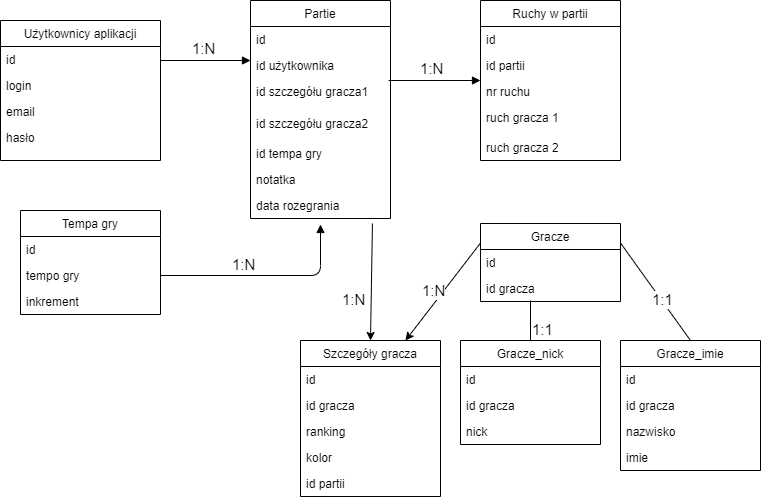
Earlier version of the draw.io export schematBazy.png (Kamil153/chessarchive). Source tidied: cells renumbered, new cells last; positions are measured from the earlier drawing's top-left corner, leaving out a move shared by most shapes.
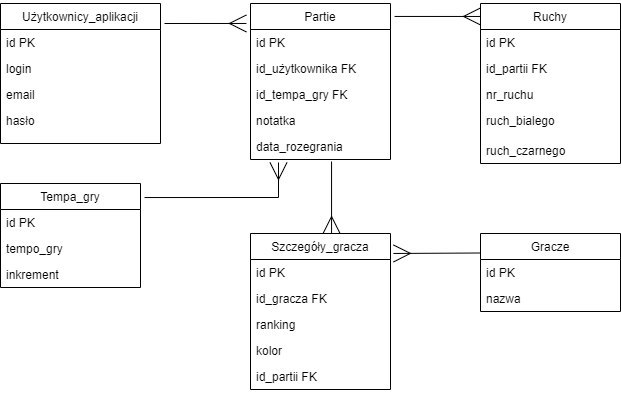
The same diagram one commit later.

Commit message:
new database schema

Diff of the diagram source:
```diff
@@ -2,10 +2,10 @@
   <root>
     <mxCell id="0" />
     <mxCell id="1" parent="0" />
-    <mxCell id="2" value="Użytkownicy aplikacji" style="swimlane;fontStyle=0;horizontal=1;startSize=26;fillColor=none;" parent="1" vertex="1">
-      <mxGeometry y="20" width="160" height="140" as="geometry" />
+    <mxCell id="2" value="Użytkownicy_aplikacji" style="swimlane;fontStyle=0;horizontal=1;startSize=26;fillColor=none;" parent="1" vertex="1">
+      <mxGeometry width="160" height="140" as="geometry" />
     </mxCell>
-    <mxCell id="3" value="id" style="text;strokeColor=none;fillColor=none;align=left;verticalAlign=top;spacingLeft=4;spacingRight=4;overflow=hidden;" parent="2" vertex="1">
+    <mxCell id="3" value="id PK" style="text;strokeColor=none;fillColor=none;align=left;verticalAlign=top;spacingLeft=4;spacingRight=4;overflow=hidden;" parent="2" vertex="1">
       <mxGeometry y="26" width="160" height="26" as="geometry" />
     </mxCell>
     <mxCell id="4" value="login" style="text;strokeColor=none;fillColor=none;align=left;verticalAlign=top;spacingLeft=4;spacingRight=4;overflow=hidden;" parent="2" vertex="1">
@@ -17,91 +17,58 @@
     <mxCell id="6" value="hasło" style="text;strokeColor=none;fillColor=none;align=left;verticalAlign=top;spacingLeft=4;spacingRight=4;overflow=hidden;" parent="2" vertex="1">
       <mxGeometry y="104" width="160" height="36" as="geometry" />
     </mxCell>
-    <mxCell id="7" value="Gracze_imie" style="swimlane;fontStyle=0;horizontal=1;startSize=26;fillColor=none;" parent="1" vertex="1">
-      <mxGeometry x="620" y="340" width="140" height="130" as="geometry" />
-    </mxCell>
-    <mxCell id="8" value="id" style="text;strokeColor=none;fillColor=none;align=left;verticalAlign=top;spacingLeft=4;spacingRight=4;overflow=hidden;" parent="7" vertex="1">
-      <mxGeometry y="26" width="140" height="26" as="geometry" />
-    </mxCell>
-    <mxCell id="9" value="id gracza" style="text;strokeColor=none;fillColor=none;align=left;verticalAlign=top;spacingLeft=4;spacingRight=4;overflow=hidden;fontSize=12;" parent="7" vertex="1">
-      <mxGeometry y="52" width="140" height="26" as="geometry" />
-    </mxCell>
-    <mxCell id="10" value="nazwisko" style="text;strokeColor=none;fillColor=none;align=left;verticalAlign=top;spacingLeft=4;spacingRight=4;overflow=hidden;" parent="7" vertex="1">
-      <mxGeometry y="78" width="140" height="26" as="geometry" />
-    </mxCell>
-    <mxCell id="11" value="imie" style="text;strokeColor=none;fillColor=none;align=left;verticalAlign=top;spacingLeft=4;spacingRight=4;overflow=hidden;" parent="7" vertex="1">
-      <mxGeometry y="104" width="140" height="26" as="geometry" />
-    </mxCell>
     <mxCell id="12" value="Partie" style="swimlane;fontStyle=0;horizontal=1;startSize=26;fillColor=none;" parent="1" vertex="1">
-      <mxGeometry x="250" width="140" height="218" as="geometry" />
+      <mxGeometry x="250" width="140" height="156" as="geometry" />
     </mxCell>
-    <mxCell id="13" value="id" style="text;strokeColor=none;fillColor=none;align=left;verticalAlign=top;spacingLeft=4;spacingRight=4;overflow=hidden;" parent="12" vertex="1">
+    <mxCell id="13" value="id PK" style="text;strokeColor=none;fillColor=none;align=left;verticalAlign=top;spacingLeft=4;spacingRight=4;overflow=hidden;" parent="12" vertex="1">
       <mxGeometry y="26" width="140" height="26" as="geometry" />
     </mxCell>
-    <mxCell id="14" value="id użytkownika" style="text;strokeColor=none;fillColor=none;align=left;verticalAlign=top;spacingLeft=4;spacingRight=4;overflow=hidden;" parent="12" vertex="1">
+    <mxCell id="14" value="id_użytkownika FK" style="text;strokeColor=none;fillColor=none;align=left;verticalAlign=top;spacingLeft=4;spacingRight=4;overflow=hidden;" parent="12" vertex="1">
       <mxGeometry y="52" width="140" height="26" as="geometry" />
     </mxCell>
-    <mxCell id="15" value="id szczegółu gracza1" style="text;strokeColor=none;fillColor=none;align=left;verticalAlign=top;spacingLeft=4;spacingRight=4;overflow=hidden;points=[[0,0.5],[1,0.5]];portConstraint=eastwest;" parent="12" vertex="1">
-      <mxGeometry y="78" width="140" height="32" as="geometry" />
-    </mxCell>
-    <mxCell id="16" value="id szczegółu gracza2" style="text;strokeColor=none;fillColor=none;align=left;verticalAlign=top;spacingLeft=4;spacingRight=4;overflow=hidden;" parent="12" vertex="1">
-      <mxGeometry y="110" width="140" height="30" as="geometry" />
-    </mxCell>
-    <mxCell id="17" value="id tempa gry" style="text;strokeColor=none;fillColor=none;align=left;verticalAlign=top;spacingLeft=4;spacingRight=4;overflow=hidden;" parent="12" vertex="1">
-      <mxGeometry y="140" width="140" height="26" as="geometry" />
+    <mxCell id="17" value="id_tempa_gry FK" style="text;strokeColor=none;fillColor=none;align=left;verticalAlign=top;spacingLeft=4;spacingRight=4;overflow=hidden;" parent="12" vertex="1">
+      <mxGeometry y="78" width="140" height="26" as="geometry" />
     </mxCell>
     <mxCell id="18" value="notatka" style="text;strokeColor=none;fillColor=none;align=left;verticalAlign=top;spacingLeft=4;spacingRight=4;overflow=hidden;" parent="12" vertex="1">
-      <mxGeometry y="166" width="140" height="26" as="geometry" />
+      <mxGeometry y="104" width="140" height="26" as="geometry" />
     </mxCell>
-    <mxCell id="19" value="data rozegrania" style="text;strokeColor=none;fillColor=none;align=left;verticalAlign=top;spacingLeft=4;spacingRight=4;overflow=hidden;points=[[0,0.5],[1,0.5]];portConstraint=eastwest;" parent="12" vertex="1">
-      <mxGeometry y="192" width="140" height="26" as="geometry" />
+    <mxCell id="19" value="data_rozegrania" style="text;strokeColor=none;fillColor=none;align=left;verticalAlign=top;spacingLeft=4;spacingRight=4;overflow=hidden;points=[[0,0.5],[1,0.5]];portConstraint=eastwest;" parent="12" vertex="1">
+      <mxGeometry y="130" width="140" height="26" as="geometry" />
     </mxCell>
     <mxCell id="20" value="Gracze" style="swimlane;fontStyle=0;horizontal=1;startSize=26;fillColor=none;" parent="1" vertex="1">
-      <mxGeometry x="480" y="223" width="140" height="78" as="geometry" />
+      <mxGeometry x="480" y="230" width="140" height="78" as="geometry" />
     </mxCell>
-    <mxCell id="21" value="id" style="text;strokeColor=none;fillColor=none;align=left;verticalAlign=top;spacingLeft=4;spacingRight=4;overflow=hidden;" parent="20" vertex="1">
+    <mxCell id="21" value="id PK" style="text;strokeColor=none;fillColor=none;align=left;verticalAlign=top;spacingLeft=4;spacingRight=4;overflow=hidden;" parent="20" vertex="1">
       <mxGeometry y="26" width="140" height="26" as="geometry" />
     </mxCell>
-    <mxCell id="22" value="id gracza" style="text;strokeColor=none;fillColor=none;align=left;verticalAlign=top;spacingLeft=4;spacingRight=4;overflow=hidden;fontSize=12;" parent="20" vertex="1">
+    <mxCell id="22" value="nazwa" style="text;strokeColor=none;fillColor=none;align=left;verticalAlign=top;spacingLeft=4;spacingRight=4;overflow=hidden;fontSize=12;" parent="20" vertex="1">
       <mxGeometry y="52" width="140" height="26" as="geometry" />
     </mxCell>
-    <mxCell id="23" value="Ruchy w partii" style="swimlane;fontStyle=0;horizontal=1;startSize=26;fillColor=none;" parent="1" vertex="1">
+    <mxCell id="23" value="Ruchy" style="swimlane;fontStyle=0;horizontal=1;startSize=26;fillColor=none;" parent="1" vertex="1">
       <mxGeometry x="480" width="140" height="160" as="geometry" />
     </mxCell>
-    <mxCell id="24" value="id" style="text;strokeColor=none;fillColor=none;align=left;verticalAlign=top;spacingLeft=4;spacingRight=4;overflow=hidden;" parent="23" vertex="1">
+    <mxCell id="24" value="id PK" style="text;strokeColor=none;fillColor=none;align=left;verticalAlign=top;spacingLeft=4;spacingRight=4;overflow=hidden;" parent="23" vertex="1">
       <mxGeometry y="26" width="140" height="26" as="geometry" />
     </mxCell>
-    <mxCell id="25" value="id partii" style="text;strokeColor=none;fillColor=none;align=left;verticalAlign=top;spacingLeft=4;spacingRight=4;overflow=hidden;" parent="23" vertex="1">
+    <mxCell id="25" value="id_partii FK" style="text;strokeColor=none;fillColor=none;align=left;verticalAlign=top;spacingLeft=4;spacingRight=4;overflow=hidden;" parent="23" vertex="1">
       <mxGeometry y="52" width="140" height="26" as="geometry" />
     </mxCell>
-    <mxCell id="26" value="nr ruchu" style="text;strokeColor=none;fillColor=none;align=left;verticalAlign=top;spacingLeft=4;spacingRight=4;overflow=hidden;" parent="23" vertex="1">
+    <mxCell id="26" value="nr_ruchu" style="text;strokeColor=none;fillColor=none;align=left;verticalAlign=top;spacingLeft=4;spacingRight=4;overflow=hidden;" parent="23" vertex="1">
       <mxGeometry y="78" width="140" height="26" as="geometry" />
     </mxCell>
-    <mxCell id="27" value="ruch gracza 1" style="text;strokeColor=none;fillColor=none;align=left;verticalAlign=top;spacingLeft=4;spacingRight=4;overflow=hidden;" parent="23" vertex="1">
+    <mxCell id="27" value="ruch_bialego" style="text;strokeColor=none;fillColor=none;align=left;verticalAlign=top;spacingLeft=4;spacingRight=4;overflow=hidden;" parent="23" vertex="1">
       <mxGeometry y="104" width="140" height="30" as="geometry" />
     </mxCell>
-    <mxCell id="28" value="ruch gracza 2" style="text;strokeColor=none;fillColor=none;align=left;verticalAlign=top;spacingLeft=4;spacingRight=4;overflow=hidden;" parent="23" vertex="1">
+    <mxCell id="28" value="ruch_czarnego" style="text;strokeColor=none;fillColor=none;align=left;verticalAlign=top;spacingLeft=4;spacingRight=4;overflow=hidden;" parent="23" vertex="1">
       <mxGeometry y="134" width="140" height="26" as="geometry" />
     </mxCell>
-    <mxCell id="29" value="Gracze_nick" style="swimlane;fontStyle=0;horizontal=1;startSize=26;fillColor=none;" parent="1" vertex="1">
-      <mxGeometry x="460" y="340" width="140" height="104" as="geometry" />
-    </mxCell>
-    <mxCell id="30" value="id" style="text;strokeColor=none;fillColor=none;align=left;verticalAlign=top;spacingLeft=4;spacingRight=4;overflow=hidden;" parent="29" vertex="1">
-      <mxGeometry y="26" width="140" height="26" as="geometry" />
-    </mxCell>
-    <mxCell id="31" value="id gracza" style="text;strokeColor=none;fillColor=none;align=left;verticalAlign=top;spacingLeft=4;spacingRight=4;overflow=hidden;" parent="29" vertex="1">
-      <mxGeometry y="52" width="140" height="26" as="geometry" />
-    </mxCell>
-    <mxCell id="32" value="nick" style="text;strokeColor=none;fillColor=none;align=left;verticalAlign=top;spacingLeft=4;spacingRight=4;overflow=hidden;" parent="29" vertex="1">
-      <mxGeometry y="78" width="140" height="26" as="geometry" />
-    </mxCell>
-    <mxCell id="33" value="Szczegóły gracza" style="swimlane;fontStyle=0;horizontal=1;startSize=26;fillColor=none;" parent="1" vertex="1">
-      <mxGeometry x="300" y="340" width="140" height="156" as="geometry" />
+    <mxCell id="33" value="Szczegóły_gracza" style="swimlane;fontStyle=0;horizontal=1;startSize=26;fillColor=none;" parent="1" vertex="1">
+      <mxGeometry x="250" y="230" width="140" height="156" as="geometry" />
     </mxCell>
-    <mxCell id="34" value="id" style="text;strokeColor=none;fillColor=none;align=left;verticalAlign=top;spacingLeft=4;spacingRight=4;overflow=hidden;" parent="33" vertex="1">
+    <mxCell id="34" value="id PK" style="text;strokeColor=none;fillColor=none;align=left;verticalAlign=top;spacingLeft=4;spacingRight=4;overflow=hidden;" parent="33" vertex="1">
       <mxGeometry y="26" width="140" height="26" as="geometry" />
     </mxCell>
-    <mxCell id="35" value="id gracza" style="text;strokeColor=none;fillColor=none;align=left;verticalAlign=top;spacingLeft=4;spacingRight=4;overflow=hidden;" parent="33" vertex="1">
+    <mxCell id="35" value="id_gracza FK" style="text;strokeColor=none;fillColor=none;align=left;verticalAlign=top;spacingLeft=4;spacingRight=4;overflow=hidden;" parent="33" vertex="1">
       <mxGeometry y="52" width="140" height="26" as="geometry" />
     </mxCell>
     <mxCell id="36" value="ranking" style="text;strokeColor=none;fillColor=none;align=left;verticalAlign=top;spacingLeft=4;spacingRight=4;overflow=hidden;" parent="33" vertex="1">
@@ -110,80 +77,41 @@
     <mxCell id="37" value="kolor" style="text;strokeColor=none;fillColor=none;align=left;verticalAlign=top;spacingLeft=4;spacingRight=4;overflow=hidden;" parent="33" vertex="1">
       <mxGeometry y="104" width="140" height="26" as="geometry" />
     </mxCell>
-    <mxCell id="38" value="id partii" style="text;strokeColor=none;fillColor=none;align=left;verticalAlign=top;spacingLeft=4;spacingRight=4;overflow=hidden;" parent="33" vertex="1">
+    <mxCell id="38" value="id_partii FK" style="text;strokeColor=none;fillColor=none;align=left;verticalAlign=top;spacingLeft=4;spacingRight=4;overflow=hidden;" parent="33" vertex="1">
       <mxGeometry y="130" width="140" height="26" as="geometry" />
     </mxCell>
-    <mxCell id="39" value="Tempa gry" style="swimlane;fontStyle=0;horizontal=1;startSize=26;fillColor=none;" parent="1" vertex="1">
-      <mxGeometry x="20" y="210" width="140" height="104" as="geometry" />
+    <mxCell id="39" value="Tempa_gry" style="swimlane;fontStyle=0;horizontal=1;startSize=26;fillColor=none;" parent="1" vertex="1">
+      <mxGeometry y="180" width="140" height="104" as="geometry" />
     </mxCell>
-    <mxCell id="40" value="id" style="text;strokeColor=none;fillColor=none;align=left;verticalAlign=top;spacingLeft=4;spacingRight=4;overflow=hidden;" parent="39" vertex="1">
+    <mxCell id="40" value="id PK" style="text;strokeColor=none;fillColor=none;align=left;verticalAlign=top;spacingLeft=4;spacingRight=4;overflow=hidden;" parent="39" vertex="1">
       <mxGeometry y="26" width="140" height="26" as="geometry" />
     </mxCell>
-    <mxCell id="41" value="tempo gry" style="text;strokeColor=none;fillColor=none;align=left;verticalAlign=top;spacingLeft=4;spacingRight=4;overflow=hidden;points=[[0,0.5],[1,0.5]];portConstraint=eastwest;" parent="39" vertex="1">
+    <mxCell id="41" value="tempo_gry" style="text;strokeColor=none;fillColor=none;align=left;verticalAlign=top;spacingLeft=4;spacingRight=4;overflow=hidden;points=[[0,0.5],[1,0.5]];portConstraint=eastwest;" parent="39" vertex="1">
       <mxGeometry y="52" width="140" height="26" as="geometry" />
     </mxCell>
     <mxCell id="42" value="inkrement" style="text;strokeColor=none;fillColor=none;align=left;verticalAlign=top;spacingLeft=4;spacingRight=4;overflow=hidden;" parent="39" vertex="1">
       <mxGeometry y="78" width="140" height="26" as="geometry" />
     </mxCell>
-    <mxCell id="43" style="endArrow=block;endFill=1;html=1;edgeStyle=orthogonalEdgeStyle;align=left;verticalAlign=top;" parent="1" edge="1">
-      <mxGeometry x="-1" relative="1" as="geometry">
-        <mxPoint x="160" y="60" as="sourcePoint" />
-        <mxPoint x="250" y="60" as="targetPoint" />
-      </mxGeometry>
-    </mxCell>
-    <mxCell id="44" value="1:N" style="edgeLabel;html=1;align=left;verticalAlign=bottom;fontSize=15;" parent="43" vertex="1">
-      <mxGeometry x="-1" relative="1" as="geometry">
-        <mxPoint x="30" y="-1" as="offset" />
-      </mxGeometry>
-    </mxCell>
-    <mxCell id="45" style="endArrow=block;endFill=1;html=1;edgeStyle=orthogonalEdgeStyle;align=left;verticalAlign=top;exitX=1;exitY=0.5;exitDx=0;exitDy=0;" parent="1" edge="1" source="41">
-      <mxGeometry x="-1" relative="1" as="geometry">
-        <mxPoint x="320" y="224" as="targetPoint" />
-        <Array as="points">
-          <mxPoint x="320" y="275" />
-        </Array>
-      </mxGeometry>
-    </mxCell>
-    <mxCell id="46" value="1:N" style="edgeLabel;html=1;align=left;verticalAlign=bottom;fontSize=15;" parent="45" vertex="1">
-      <mxGeometry x="-1" relative="1" as="geometry">
-        <mxPoint x="70" as="offset" />
-      </mxGeometry>
-    </mxCell>
-    <mxCell id="47" style="endArrow=block;endFill=1;html=1;edgeStyle=orthogonalEdgeStyle;align=left;verticalAlign=top;exitX=0.986;exitY=0.063;exitDx=0;exitDy=0;exitPerimeter=0;" parent="1" edge="1" source="15">
-      <mxGeometry x="-1" relative="1" as="geometry">
-        <mxPoint x="480" y="80" as="targetPoint" />
-      </mxGeometry>
-    </mxCell>
-    <mxCell id="48" value="1:N" style="edgeLabel;html=1;align=left;verticalAlign=bottom;fontSize=15;" parent="47" vertex="1">
-      <mxGeometry x="-1" relative="1" as="geometry">
-        <mxPoint x="30" y="-1" as="offset" />
-      </mxGeometry>
-    </mxCell>
-    <mxCell id="49" style="endArrow=none;html=1;fontSize=15;exitX=0.5;exitY=0;exitDx=0;exitDy=0;" parent="1" edge="1" source="29">
-      <mxGeometry relative="1" as="geometry">
-        <mxPoint x="530" y="300" as="targetPoint" />
-      </mxGeometry>
-    </mxCell>
-    <mxCell id="50" style="endArrow=none;html=1;fontSize=15;exitX=0.5;exitY=0;exitDx=0;exitDy=0;entryX=1;entryY=0.25;entryDx=0;entryDy=0;" parent="1" edge="1" source="7" target="20">
-      <mxGeometry relative="1" as="geometry" />
-    </mxCell>
+    <mxCell id="57" style="fontSize=12;html=1;endArrow=ERmany;rounded=0;entryX=-0.029;entryY=0.128;entryDx=0;entryDy=0;entryPerimeter=0;strokeWidth=1;endSize=15;" parent="1" edge="1" target="12">
+      <mxGeometry relative="1" as="geometry">
+        <mxPoint x="164" y="20" as="sourcePoint" />
+      </mxGeometry>
+    </mxCell>
+    <mxCell id="58" style="fontSize=12;html=1;endArrow=ERmany;rounded=0;entryX=0;entryY=0.081;entryDx=0;entryDy=0;entryPerimeter=0;strokeWidth=1;endSize=15;exitX=1.029;exitY=0.083;exitDx=0;exitDy=0;exitPerimeter=0;" parent="1" edge="1" source="12" target="23">
+      <mxGeometry relative="1" as="geometry" />
+    </mxCell>
+    <mxCell id="59" style="fontSize=12;html=1;endArrow=ERmany;rounded=0;strokeWidth=1;endSize=15;exitX=1.029;exitY=0.135;exitDx=0;exitDy=0;exitPerimeter=0;edgeStyle=orthogonalEdgeStyle;entryX=0.2;entryY=1.115;entryDx=0;entryDy=0;entryPerimeter=0;" parent="1" edge="1" source="39" target="19">
+      <mxGeometry relative="1" as="geometry">
+        <Array as="points">
+          <mxPoint x="278" y="194" />
+        </Array>
+      </mxGeometry>
+    </mxCell>
+    <mxCell id="55" style="fontSize=12;html=1;endArrow=ERmany;rounded=0;strokeWidth=1;endSize=15;entryX=0.579;entryY=0;entryDx=0;entryDy=0;entryPerimeter=0;exitX=0.579;exitY=1.077;exitDx=0;exitDy=0;exitPerimeter=0;" parent="1" edge="1" source="19" target="33">
+      <mxGeometry relative="1" as="geometry" />
+    </mxCell>
-    <mxCell id="51" style="endArrow=classic;html=1;fontSize=15;entryX=0.75;entryY=0;entryDx=0;entryDy=0;exitX=0;exitY=0.25;exitDx=0;exitDy=0;" parent="1" edge="1" source="20" target="33">
+    <mxCell id="51" style="fontSize=12;html=1;endArrow=ERmany;rounded=0;entryX=1.021;entryY=0.128;entryDx=0;entryDy=0;entryPerimeter=0;strokeWidth=1;endSize=15;exitX=0;exitY=0.25;exitDx=0;exitDy=0;" parent="1" edge="1" source="20" target="33">
       <mxGeometry relative="1" as="geometry" />
     </mxCell>
-    <mxCell id="52" value="1:1" style="edgeLabel;html=1;align=left;verticalAlign=bottom;fontSize=15;" parent="1" vertex="1">
-      <mxGeometry x="530" y="340" as="geometry" />
-    </mxCell>
-    <mxCell id="53" value="1:1" style="edgeLabel;html=1;align=left;verticalAlign=bottom;fontSize=15;" parent="1" vertex="1">
-      <mxGeometry x="650" y="310" as="geometry" />
-    </mxCell>
-    <mxCell id="54" value="1:N" style="edgeLabel;html=1;align=left;verticalAlign=bottom;fontSize=15;" parent="1" vertex="1">
-      <mxGeometry x="420" y="301" as="geometry" />
-    </mxCell>
-    <mxCell id="55" style="endArrow=classic;html=1;fontSize=15;entryX=0.5;entryY=0;entryDx=0;entryDy=0;exitX=0.871;exitY=1.192;exitDx=0;exitDy=0;exitPerimeter=0;" parent="1" edge="1" source="19" target="33">
-      <mxGeometry relative="1" as="geometry" />
-    </mxCell>
-    <mxCell id="56" value="1:N" style="edgeLabel;html=1;align=left;verticalAlign=bottom;fontSize=15;" parent="1" vertex="1">
-      <mxGeometry x="340" y="310" as="geometry" />
-    </mxCell>
   </root>
 </mxGraphModel>
```
